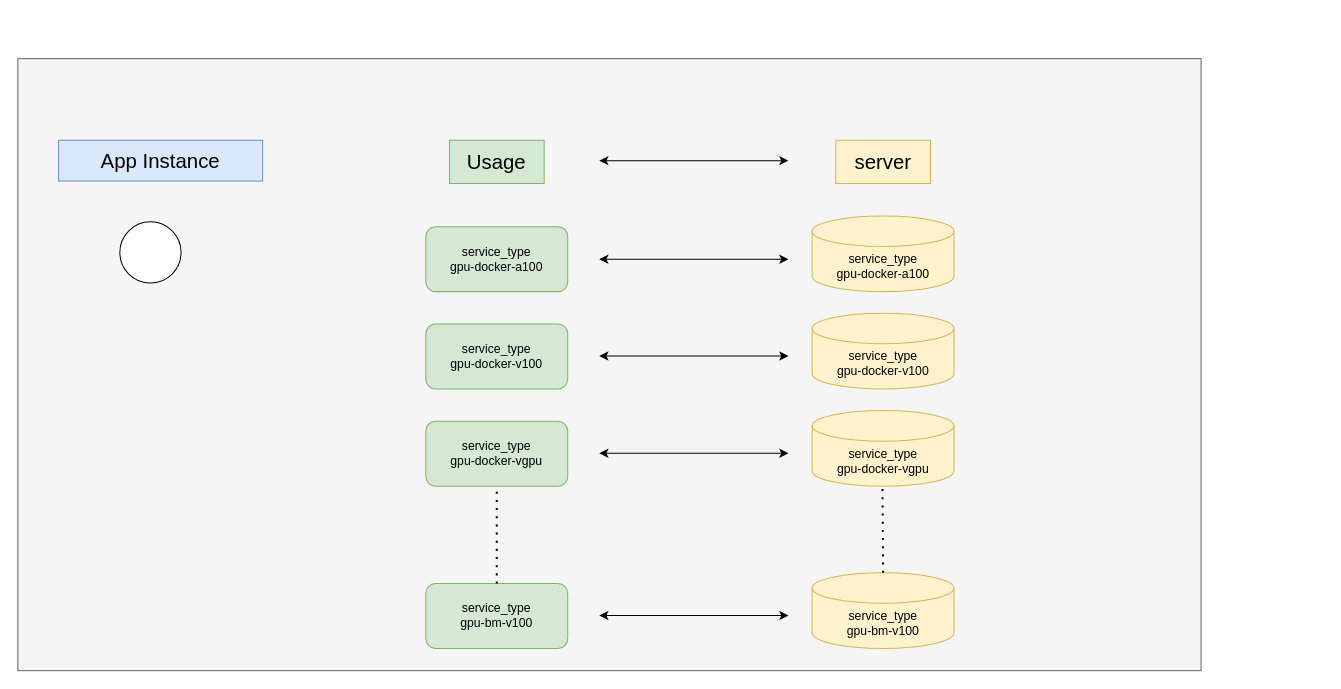
Before: finops-cost-insight-gpu-1.drawio in YanshanSong/draw.io, a draw.io diagram. Source tidied: cells renumbered, new cells numbered last; positions are measured from the earlier drawing's top-left corner, leaving out a move shared by most shapes. Both pictures are drawn from the tidied source at 102%, with x=0, y=0 at pixel (17, 58).
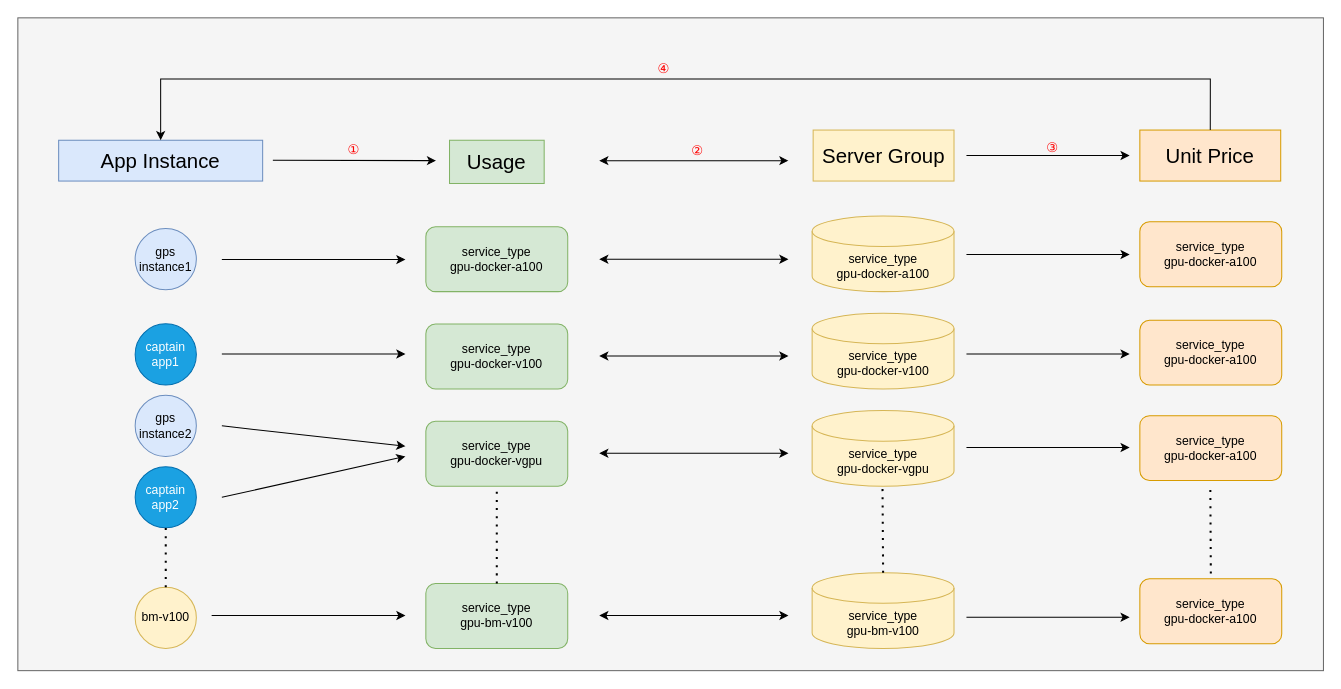
The same page after the edit.

The change refers to these unchanged cells:
```xml
<mxCell id="8" style="group;" parent="3" vertex="1">
  <mxGeometry x="208.7" width="139.1" height="498.2" as="geometry" />
</mxCell>
<mxCell id="15" style="endArrow=classic;startArrow=classic;html=1;rounded=0;" parent="3" edge="1">
  <mxGeometry relative="1" as="geometry">
    <mxPoint y="20" as="sourcePoint" />
    <mxPoint x="185.5" y="20" as="targetPoint" />
  </mxGeometry>
</mxCell>
<mxCell id="23" value="App Instance" style="text;html=1;strokeColor=#6c8ebf;fillColor=#dae8fc;align=center;verticalAlign=middle;whiteSpace=wrap;rounded=0;strokeWidth=1;fontSize=20;fontStyle=0;" parent="1" vertex="1">
  <mxGeometry x="40" y="80" width="200" height="40" as="geometry" />
</mxCell>
```

Change to the diagram source:
```diff
@@
     <mxCell id="2" style="rounded=0;whiteSpace=wrap;html=1;fillColor=#f5f5f5;fontColor=#333333;strokeColor=#666666;" parent="1" vertex="1">
-      <mxGeometry width="1160" height="600" as="geometry" />
+      <mxGeometry y="-40" width="1280" height="640" as="geometry" />
     </mxCell>
@@
-    <mxCell id="10" value="server" style="text;html=1;strokeColor=#d6b656;fillColor=#fff2cc;align=center;verticalAlign=middle;whiteSpace=wrap;rounded=0;strokeWidth=1;fontSize=20;fontStyle=0;" parent="8" vertex="1">
-      <mxGeometry x="23.2" width="92.8" height="42.4" as="geometry" />
-    </mxCell>
@@
+    <mxCell id="10" value="Server Group" style="text;html=1;strokeColor=#d6b656;fillColor=#fff2cc;align=center;verticalAlign=middle;whiteSpace=wrap;rounded=0;strokeWidth=1;fontSize=20;fontStyle=0;" parent="8" vertex="1">
+      <mxGeometry x="1" y="-10" width="138.1" height="50" as="geometry" />
+    </mxCell>
@@
+    <mxCell id="25" value="②" style="edgeLabel;html=1;align=center;verticalAlign=middle;fontColor=#FF0000;labelBackgroundColor=none;fontSize=13;" parent="15" vertex="1">
+      <mxGeometry x="0.02" y="1" relative="1" as="geometry">
+        <mxPoint y="-10" as="offset" />
+      </mxGeometry>
+    </mxCell>
@@
-    <mxCell id="24" style="ellipse;whiteSpace=wrap;html=1;" parent="1" vertex="1">
-      <mxGeometry x="100" y="160" width="60" height="60" as="geometry" />
+    <mxCell id="24" value="gps instance1" style="ellipse;whiteSpace=wrap;html=1;fillColor=#dae8fc;strokeColor=#6c8ebf;" parent="1" vertex="1">
+      <mxGeometry x="115" y="166.6" width="60" height="60" as="geometry" />
     </mxCell>
+    <mxCell id="26" value="captain&lt;br&gt;app1" style="ellipse;whiteSpace=wrap;html=1;fillColor=#1ba1e2;strokeColor=#006EAF;fontColor=#ffffff;" parent="1" vertex="1">
+      <mxGeometry x="115" y="260" width="60" height="60" as="geometry" />
+    </mxCell>
+    <mxCell id="27" value="gps&lt;br&gt;instance2" style="ellipse;whiteSpace=wrap;html=1;fillColor=#dae8fc;strokeColor=#6c8ebf;" parent="1" vertex="1">
+      <mxGeometry x="115" y="330" width="60" height="60" as="geometry" />
+    </mxCell>
+    <mxCell id="28" value="captain&lt;br&gt;app2" style="ellipse;whiteSpace=wrap;html=1;fillColor=#1ba1e2;strokeColor=#006EAF;fontColor=#ffffff;" parent="1" vertex="1">
+      <mxGeometry x="115" y="400" width="60" height="60" as="geometry" />
+    </mxCell>
+    <mxCell id="29" value="bm-v100" style="ellipse;whiteSpace=wrap;html=1;fillColor=#fff2cc;strokeColor=#d6b656;" parent="1" vertex="1">
+      <mxGeometry x="115" y="518.2" width="60" height="60" as="geometry" />
+    </mxCell>
+    <mxCell id="30" style="endArrow=classic;html=1;rounded=0;" parent="1" edge="1">
+      <mxGeometry relative="1" as="geometry">
+        <mxPoint x="200" y="289.5" as="sourcePoint" />
+        <mxPoint x="380" y="289.5" as="targetPoint" />
+      </mxGeometry>
+    </mxCell>
+    <mxCell id="31" style="endArrow=classic;html=1;rounded=0;" parent="1" edge="1">
+      <mxGeometry relative="1" as="geometry">
+        <mxPoint x="250" y="99.5" as="sourcePoint" />
+        <mxPoint x="410" y="100" as="targetPoint" />
+      </mxGeometry>
+    </mxCell>
+    <mxCell id="32" value="①" style="edgeLabel;html=1;align=center;verticalAlign=middle;labelBackgroundColor=none;fontColor=#FF0000;fontSize=13;" parent="31" vertex="1">
+      <mxGeometry x="-0.03" y="1" relative="1" as="geometry">
+        <mxPoint y="-10" as="offset" />
+      </mxGeometry>
+    </mxCell>
+    <mxCell id="33" style="endArrow=classic;html=1;rounded=0;" parent="1" edge="1">
+      <mxGeometry relative="1" as="geometry">
+        <mxPoint x="200" y="360" as="sourcePoint" />
+        <mxPoint x="380" y="380" as="targetPoint" />
+      </mxGeometry>
+    </mxCell>
+    <mxCell id="34" style="endArrow=classic;html=1;rounded=0;" parent="1" edge="1">
+      <mxGeometry relative="1" as="geometry">
+        <mxPoint x="200" y="430" as="sourcePoint" />
+        <mxPoint x="380" y="390" as="targetPoint" />
+      </mxGeometry>
+    </mxCell>
+    <mxCell id="35" style="endArrow=classic;html=1;rounded=0;" parent="1" edge="1">
+      <mxGeometry relative="1" as="geometry">
+        <mxPoint x="200" y="197" as="sourcePoint" />
+        <mxPoint x="380" y="197" as="targetPoint" />
+      </mxGeometry>
+    </mxCell>
+    <mxCell id="36" style="endArrow=classic;html=1;rounded=0;" parent="1" edge="1">
+      <mxGeometry relative="1" as="geometry">
+        <mxPoint x="190" y="546" as="sourcePoint" />
+        <mxPoint x="380" y="546" as="targetPoint" />
+      </mxGeometry>
+    </mxCell>
+    <mxCell id="37" value="Unit Price" style="text;html=1;strokeColor=#d79b00;fillColor=#ffe6cc;align=center;verticalAlign=middle;whiteSpace=wrap;rounded=0;strokeWidth=1;fontSize=20;fontStyle=0;" parent="1" vertex="1">
+      <mxGeometry x="1100" y="70" width="138.1" height="50" as="geometry" />
+    </mxCell>
+    <mxCell id="38" style="endArrow=none;dashed=1;html=1;dashPattern=1 3;strokeWidth=2;rounded=0;exitX=0.5;exitY=0;exitDx=0;exitDy=0;entryX=0.5;entryY=1;entryDx=0;entryDy=0;" parent="1" edge="1" source="29" target="28">
+      <mxGeometry relative="1" as="geometry" />
+    </mxCell>
+    <mxCell id="39" value="service_type&lt;br&gt;gpu-docker-a100" style="rounded=1;whiteSpace=wrap;html=1;fillColor=#ffe6cc;strokeColor=#d79b00;" parent="1" vertex="1">
+      <mxGeometry x="1100" y="160" width="139.1" height="63.6" as="geometry" />
+    </mxCell>
+    <mxCell id="40" value="service_type&lt;br&gt;gpu-docker-a100" style="rounded=1;whiteSpace=wrap;html=1;fillColor=#ffe6cc;strokeColor=#d79b00;" parent="1" vertex="1">
+      <mxGeometry x="1100" y="256.4" width="139.1" height="63.6" as="geometry" />
+    </mxCell>
+    <mxCell id="41" value="service_type&lt;br&gt;gpu-docker-a100" style="rounded=1;whiteSpace=wrap;html=1;fillColor=#ffe6cc;strokeColor=#d79b00;" parent="1" vertex="1">
+      <mxGeometry x="1100" y="350" width="139.1" height="63.6" as="geometry" />
+    </mxCell>
+    <mxCell id="42" value="service_type&lt;br&gt;gpu-docker-a100" style="rounded=1;whiteSpace=wrap;html=1;fillColor=#ffe6cc;strokeColor=#d79b00;" parent="1" vertex="1">
+      <mxGeometry x="1100" y="510" width="139.1" height="63.6" as="geometry" />
+    </mxCell>
+    <mxCell id="43" style="endArrow=none;dashed=1;html=1;dashPattern=1 3;strokeWidth=2;rounded=0;entryX=0.5;entryY=1;entryDx=0;entryDy=0;" parent="1" edge="1">
+      <mxGeometry relative="1" as="geometry">
+        <mxPoint x="1169.6" y="504.8" as="sourcePoint" />
+        <mxPoint x="1169.1" y="420" as="targetPoint" />
+      </mxGeometry>
+    </mxCell>
+    <mxCell id="44" style="endArrow=classic;html=1;rounded=0;" parent="1" edge="1">
+      <mxGeometry relative="1" as="geometry">
+        <mxPoint x="930" y="95" as="sourcePoint" />
+        <mxPoint x="1090" y="95" as="targetPoint" />
+      </mxGeometry>
+    </mxCell>
+    <mxCell id="45" value="③" style="edgeLabel;html=1;align=center;verticalAlign=middle;labelBackgroundColor=none;fontColor=#FF0000;fontSize=13;" parent="44" vertex="1">
+      <mxGeometry x="0.07" y="4" relative="1" as="geometry">
+        <mxPoint x="-3" y="-5" as="offset" />
+      </mxGeometry>
+    </mxCell>
+    <mxCell id="46" style="endArrow=classic;html=1;rounded=0;" parent="1" edge="1">
+      <mxGeometry relative="1" as="geometry">
+        <mxPoint x="930" y="192" as="sourcePoint" />
+        <mxPoint x="1090" y="192" as="targetPoint" />
+      </mxGeometry>
+    </mxCell>
+    <mxCell id="47" style="endArrow=classic;html=1;rounded=0;" parent="1" edge="1">
+      <mxGeometry relative="1" as="geometry">
+        <mxPoint x="930" y="289.5" as="sourcePoint" />
+        <mxPoint x="1090" y="289.5" as="targetPoint" />
+      </mxGeometry>
+    </mxCell>
+    <mxCell id="48" style="endArrow=classic;html=1;rounded=0;" parent="1" edge="1">
+      <mxGeometry relative="1" as="geometry">
+        <mxPoint x="930" y="381.3" as="sourcePoint" />
+        <mxPoint x="1090" y="381.3" as="targetPoint" />
+      </mxGeometry>
+    </mxCell>
+    <mxCell id="49" style="endArrow=classic;html=1;rounded=0;" parent="1" edge="1">
+      <mxGeometry relative="1" as="geometry">
+        <mxPoint x="930" y="547.7" as="sourcePoint" />
+        <mxPoint x="1090" y="547.7" as="targetPoint" />
+      </mxGeometry>
+    </mxCell>
+    <mxCell id="50" style="edgeStyle=orthogonalEdgeStyle;rounded=0;jettySize=auto;html=1;exitX=0.5;exitY=0;exitDx=0;exitDy=0;entryX=0.5;entryY=0;entryDx=0;entryDy=0;strokeWidth=1;" parent="1" edge="1" source="37" target="23">
+      <mxGeometry relative="1" as="geometry">
+        <Array as="points">
+          <mxPoint x="1169" y="20" />
+          <mxPoint x="140" y="20" />
+        </Array>
+      </mxGeometry>
+    </mxCell>
+    <mxCell id="51" value="④" style="edgeLabel;html=1;align=center;verticalAlign=middle;labelBackgroundColor=none;fontSize=13;fontColor=#FF0000;" parent="50" vertex="1">
+      <mxGeometry x="0.03" y="-4" relative="1" as="geometry">
+        <mxPoint y="-7" as="offset" />
+      </mxGeometry>
+    </mxCell>
```
